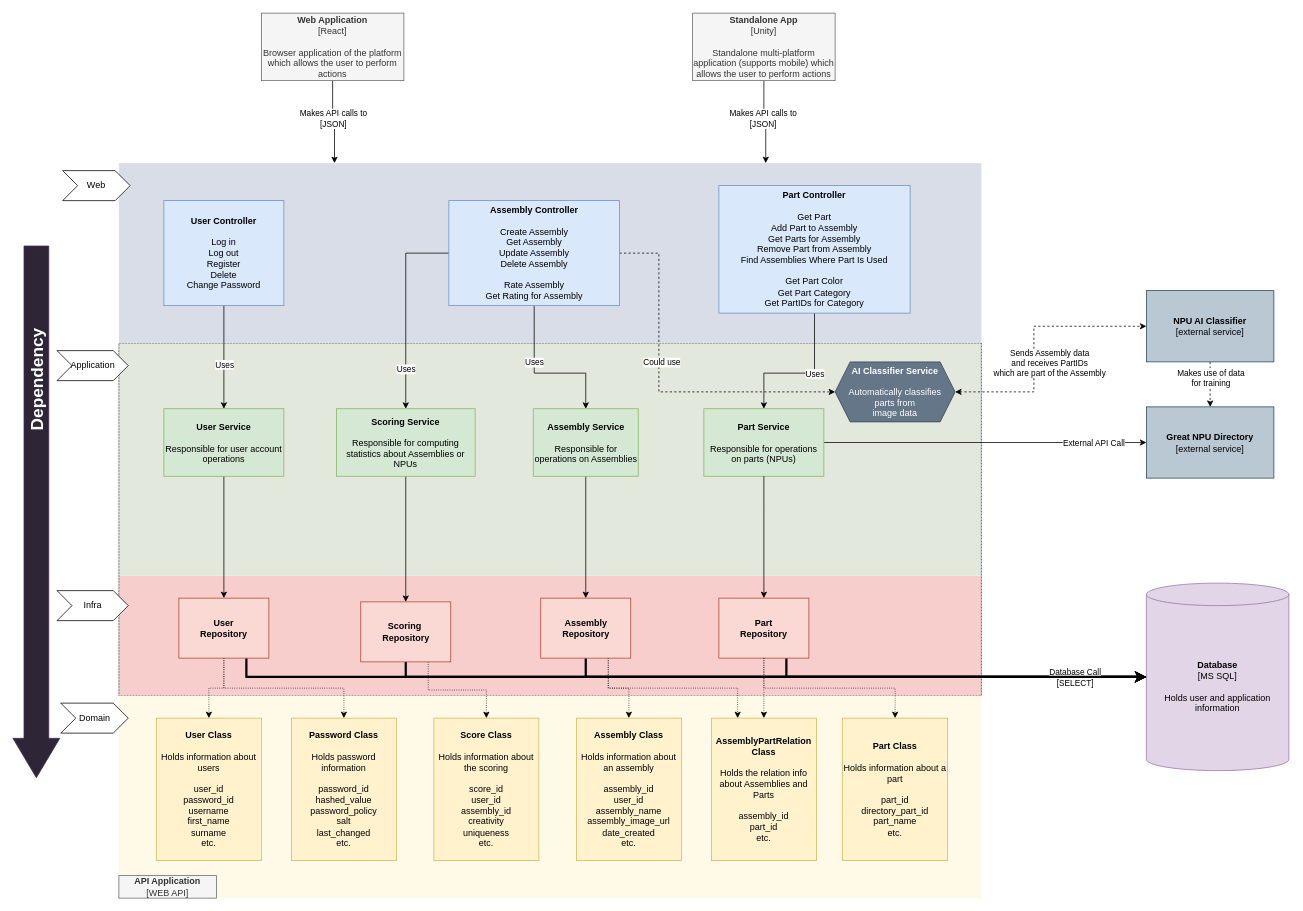
rarepops/BrickConnect keeps this draw.io diagram as Documentation/Level 3.drawio. Above is the earlier version. Source tidied: cells renumbered, new cells numbered last; positions are measured from the earlier drawing's top-left corner, leaving out a move shared by most shapes. Both pictures are drawn from the tidied source at 75%, with x=0, y=0 at pixel (36, 13).
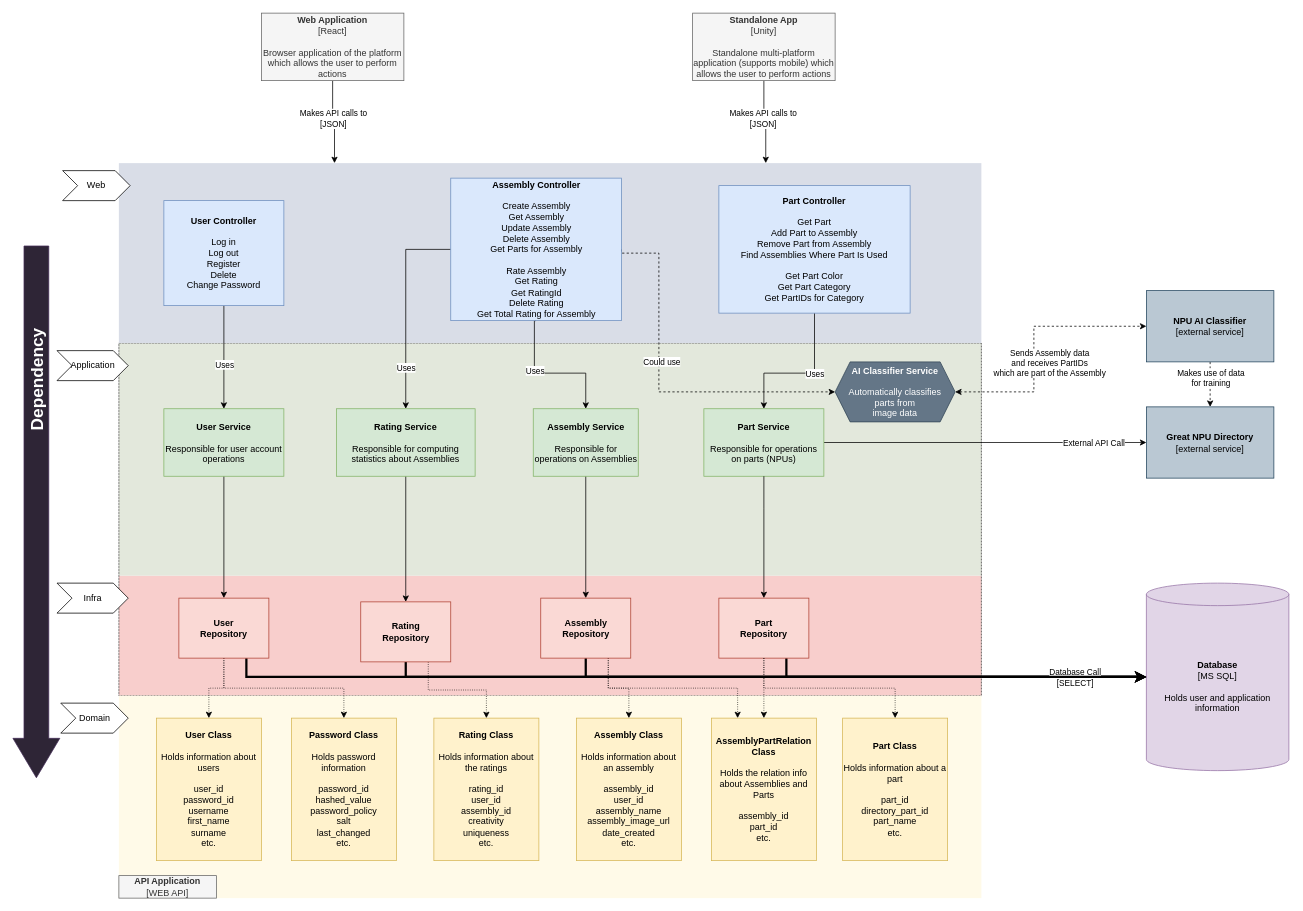
The same diagram, later.

What changed in the source:
```diff
@@
-    <mxCell id="24" value="&lt;b&gt;Assembly Controller&lt;br&gt;&lt;/b&gt;&lt;br&gt;Create Assembly&lt;br style=&quot;border-color: var(--border-color);&quot;&gt;Get Assembly&lt;br style=&quot;border-color: var(--border-color);&quot;&gt;Update Assembly&lt;br&gt;Delete Assembly&lt;br&gt;&lt;br&gt;Rate Assembly&lt;br style=&quot;border-color: var(--border-color);&quot;&gt;Get Rating for Assembly" style="rounded=0;whiteSpace=wrap;html=1;fillColor=#dae8fc;strokeColor=#6c8ebf;" parent="1" vertex="1">
-      <mxGeometry x="550" y="250" width="227.5" height="140" as="geometry" />
+    <mxCell id="24" value="&lt;b&gt;Assembly Controller&lt;br&gt;&lt;/b&gt;&lt;br&gt;Create Assembly&lt;br style=&quot;border-color: var(--border-color);&quot;&gt;Get Assembly&lt;br style=&quot;border-color: var(--border-color);&quot;&gt;Update Assembly&lt;br&gt;Delete Assembly&lt;br style=&quot;border-color: var(--border-color);&quot;&gt;Get Parts for Assembly&lt;br&gt;&lt;br&gt;Rate Assembly&lt;br&gt;Get Rating&lt;br&gt;Get RatingId&lt;br&gt;Delete Rating&lt;br style=&quot;border-color: var(--border-color);&quot;&gt;Get Total Rating for Assembly" style="rounded=0;whiteSpace=wrap;html=1;fillColor=#dae8fc;strokeColor=#6c8ebf;" parent="1" vertex="1">
+      <mxGeometry x="552.5" y="220" width="227.5" height="190" as="geometry" />
     </mxCell>
@@
-    <mxCell id="27" value="&lt;b&gt;Part Controller&lt;/b&gt;&lt;br&gt;&lt;br style=&quot;border-color: var(--border-color);&quot;&gt;Get Part&lt;br&gt;Add Part to Assembly&lt;br&gt;Get Parts for Assembly&lt;br&gt;Remove Part from Assembly&lt;br&gt;Find Assemblies Where Part Is Used&lt;br&gt;&lt;br style=&quot;border-color: var(--border-color);&quot;&gt;Get Part Color&lt;br style=&quot;border-color: var(--border-color);&quot;&gt;Get Part Category&lt;br style=&quot;border-color: var(--border-color);&quot;&gt;Get PartIDs for Category" style="rounded=0;whiteSpace=wrap;html=1;fillColor=#dae8fc;strokeColor=#6c8ebf;" parent="1" vertex="1">
+    <mxCell id="27" value="&lt;b&gt;Part Controller&lt;/b&gt;&lt;br&gt;&lt;br style=&quot;border-color: var(--border-color);&quot;&gt;Get Part&lt;br&gt;Add Part to Assembly&lt;br&gt;Remove Part from Assembly&lt;br&gt;Find Assemblies Where Part Is Used&lt;br&gt;&lt;br style=&quot;border-color: var(--border-color);&quot;&gt;Get Part Color&lt;br style=&quot;border-color: var(--border-color);&quot;&gt;Get Part Category&lt;br style=&quot;border-color: var(--border-color);&quot;&gt;Get PartIDs for Category" style="rounded=0;whiteSpace=wrap;html=1;fillColor=#dae8fc;strokeColor=#6c8ebf;" parent="1" vertex="1">
       <mxGeometry x="910" y="230" width="255" height="170" as="geometry" />
     </mxCell>
@@
-    <mxCell id="36" value="&lt;b&gt;Scoring Service&lt;br&gt;&lt;/b&gt;&lt;br&gt;Responsible for computing statistics about Assemblies or NPUs" style="rounded=0;whiteSpace=wrap;html=1;fillColor=#d5e8d4;strokeColor=#82b366;" parent="1" vertex="1">
+    <mxCell id="36" value="&lt;b&gt;Rating Service&lt;br&gt;&lt;/b&gt;&lt;br&gt;Responsible for computing statistics about Assemblies" style="rounded=0;whiteSpace=wrap;html=1;fillColor=#d5e8d4;strokeColor=#82b366;" parent="1" vertex="1">
       <mxGeometry x="400" y="527.5" width="185" height="90" as="geometry" />
     </mxCell>
@@
-    <mxCell id="45" value="&lt;b&gt;Score Class&lt;/b&gt;&lt;br&gt;&lt;br&gt;Holds information about the scoring&lt;br&gt;&lt;br&gt;score_id&lt;br&gt;user_id&lt;br&gt;assembly_id&lt;br&gt;creativity&lt;br&gt;uniqueness&lt;br&gt;etc." style="rounded=0;whiteSpace=wrap;html=1;fillColor=#fff2cc;strokeColor=#d6b656;" parent="1" vertex="1">
+    <mxCell id="45" value="&lt;b&gt;Rating Class&lt;/b&gt;&lt;br&gt;&lt;br&gt;Holds information about the ratings&lt;br&gt;&lt;br&gt;rating_id&lt;br&gt;user_id&lt;br&gt;assembly_id&lt;br&gt;creativity&lt;br&gt;uniqueness&lt;br&gt;etc." style="rounded=0;whiteSpace=wrap;html=1;fillColor=#fff2cc;strokeColor=#d6b656;" parent="1" vertex="1">
       <mxGeometry x="530" y="940" width="140" height="190" as="geometry" />
     </mxCell>
@@
-    <mxCell id="57" value="&lt;b style=&quot;border-color: var(--border-color);&quot;&gt;Scoring&amp;nbsp;&lt;br&gt;&lt;/b&gt;&lt;b&gt;Repository&lt;/b&gt;" style="rounded=0;whiteSpace=wrap;html=1;fillColor=#fad9d5;strokeColor=#ae4132;" parent="1" vertex="1">
+    <mxCell id="57" value="&lt;b style=&quot;border-color: var(--border-color);&quot;&gt;Rating&lt;br&gt;&lt;/b&gt;&lt;b&gt;Repository&lt;/b&gt;" style="rounded=0;whiteSpace=wrap;html=1;fillColor=#fad9d5;strokeColor=#ae4132;" parent="1" vertex="1">
       <mxGeometry x="432.5" y="785" width="120" height="80" as="geometry" />
     </mxCell>
@@
     <mxCell id="71" value="Infra" style="shape=step;perimeter=stepPerimeter;whiteSpace=wrap;html=1;fixedSize=1;" parent="1" vertex="1">
-      <mxGeometry x="27.5" y="770" width="95" height="40" as="geometry" />
+      <mxGeometry x="27.5" y="760" width="95" height="40" as="geometry" />
     </mxCell>
```
